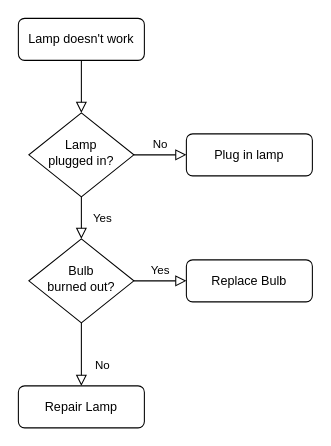
Above: Diagrama sem nome.drawio in Michel255/Michel255 (draw.io), before the change. Source tidied: cells renumbered, new cells numbered last; positions are measured from the earlier drawing's top-left corner, leaving out a move shared by most shapes. Both pictures are drawn from the tidied source at 105%, with x=0, y=0 at pixel (18, 18).
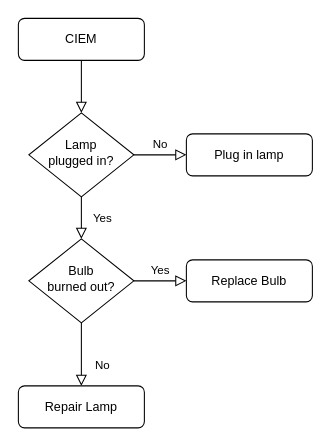
The same page after the edit.

Change to the diagram source:
```diff
@@
 <mxGraphModel>
   <root>
     <mxCell id="0" />
     <mxCell id="1" parent="0" />
     <mxCell id="2" style="rounded=0;html=1;jettySize=auto;fontSize=11;endArrow=block;endFill=0;endSize=8;strokeWidth=1;shadow=0;labelBackgroundColor=none;edgeStyle=orthogonalEdgeStyle;" parent="1" edge="1" source="3" target="6">
       <mxGeometry relative="1" as="geometry" />
     </mxCell>
-    <mxCell id="3" value="Lamp doesn't work" style="rounded=1;whiteSpace=wrap;html=1;fontSize=12;glass=0;strokeWidth=1;shadow=0;" parent="1" vertex="1">
+    <mxCell id="3" value="CIEM" style="rounded=1;whiteSpace=wrap;html=1;fontSize=12;glass=0;strokeWidth=1;shadow=0;" parent="1" vertex="1">
       <mxGeometry width="120" height="40" as="geometry" />
     </mxCell>
     <mxCell id="4" value="Yes" style="rounded=0;html=1;jettySize=auto;fontSize=11;endArrow=block;endFill=0;endSize=8;strokeWidth=1;shadow=0;labelBackgroundColor=none;edgeStyle=orthogonalEdgeStyle;" parent="1" edge="1" source="6" target="10">
       <mxGeometry y="20" relative="1" as="geometry" />
     </mxCell>
     <mxCell id="5" value="No" style="edgeStyle=orthogonalEdgeStyle;rounded=0;html=1;jettySize=auto;fontSize=11;endArrow=block;endFill=0;endSize=8;strokeWidth=1;shadow=0;labelBackgroundColor=none;" parent="1" edge="1" source="6" target="7">
       <mxGeometry y="10" relative="1" as="geometry" />
     </mxCell>
     <mxCell id="6" value="Lamp&lt;br&gt;plugged in?" style="rhombus;whiteSpace=wrap;html=1;shadow=0;fontFamily=Helvetica;fontSize=12;align=center;strokeWidth=1;spacing=6;spacingTop=-4;" parent="1" vertex="1">
       <mxGeometry x="10" y="90" width="100" height="80" as="geometry" />
     </mxCell>
     <mxCell id="7" value="Plug in lamp" style="rounded=1;whiteSpace=wrap;html=1;fontSize=12;glass=0;strokeWidth=1;shadow=0;" parent="1" vertex="1">
       <mxGeometry x="160" y="110" width="120" height="40" as="geometry" />
     </mxCell>
     <mxCell id="8" value="No" style="rounded=0;html=1;jettySize=auto;fontSize=11;endArrow=block;endFill=0;endSize=8;strokeWidth=1;shadow=0;labelBackgroundColor=none;edgeStyle=orthogonalEdgeStyle;" parent="1" edge="1" source="10" target="11">
       <mxGeometry x="0.33" y="20" relative="1" as="geometry" />
     </mxCell>
     <mxCell id="9" value="Yes" style="edgeStyle=orthogonalEdgeStyle;rounded=0;html=1;jettySize=auto;fontSize=11;endArrow=block;endFill=0;endSize=8;strokeWidth=1;shadow=0;labelBackgroundColor=none;" parent="1" edge="1" source="10" target="12">
       <mxGeometry y="10" relative="1" as="geometry" />
     </mxCell>
     <mxCell id="10" value="Bulb&lt;br&gt;burned out?" style="rhombus;whiteSpace=wrap;html=1;shadow=0;fontFamily=Helvetica;fontSize=12;align=center;strokeWidth=1;spacing=6;spacingTop=-4;" parent="1" vertex="1">
       <mxGeometry x="10" y="210" width="100" height="80" as="geometry" />
     </mxCell>
     <mxCell id="11" value="Repair Lamp" style="rounded=1;whiteSpace=wrap;html=1;fontSize=12;glass=0;strokeWidth=1;shadow=0;" parent="1" vertex="1">
       <mxGeometry y="350" width="120" height="40" as="geometry" />
     </mxCell>
     <mxCell id="12" value="Replace Bulb" style="rounded=1;whiteSpace=wrap;html=1;fontSize=12;glass=0;strokeWidth=1;shadow=0;" parent="1" vertex="1">
       <mxGeometry x="160" y="230" width="120" height="40" as="geometry" />
     </mxCell>
   </root>
 </mxGraphModel>
```
